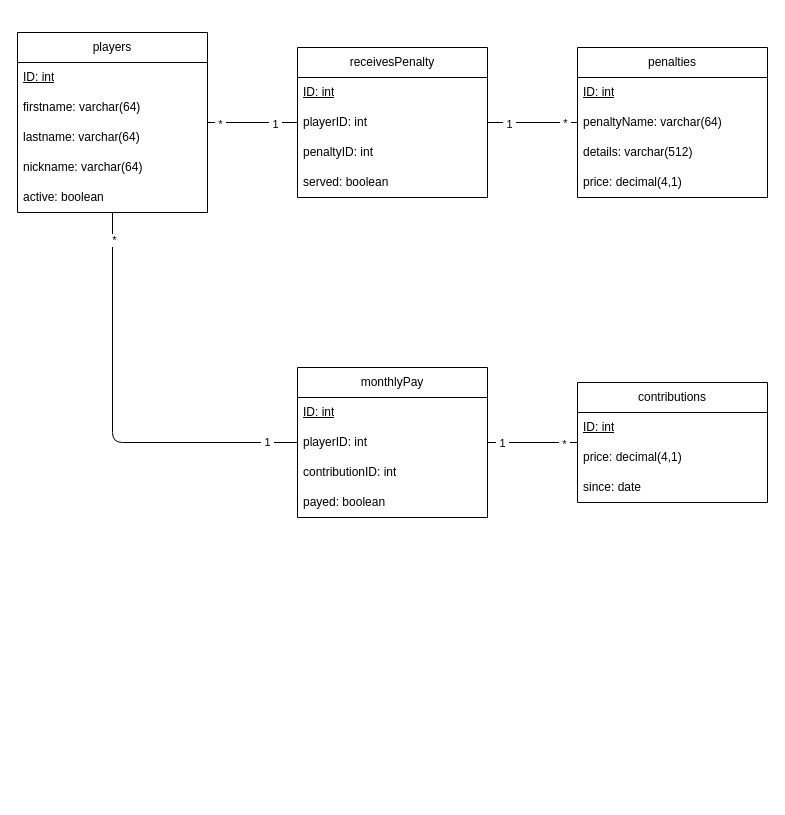
Before: database/database.drawio in YoEnte/MannschaftDB, a draw.io diagram. Source tidied: cells renumbered, new cells numbered last; positions are measured from the earlier drawing's top-left corner, leaving out a move shared by most shapes. Both pictures are drawn from the tidied source at 100%, with x=0, y=0 at pixel (17, 32).
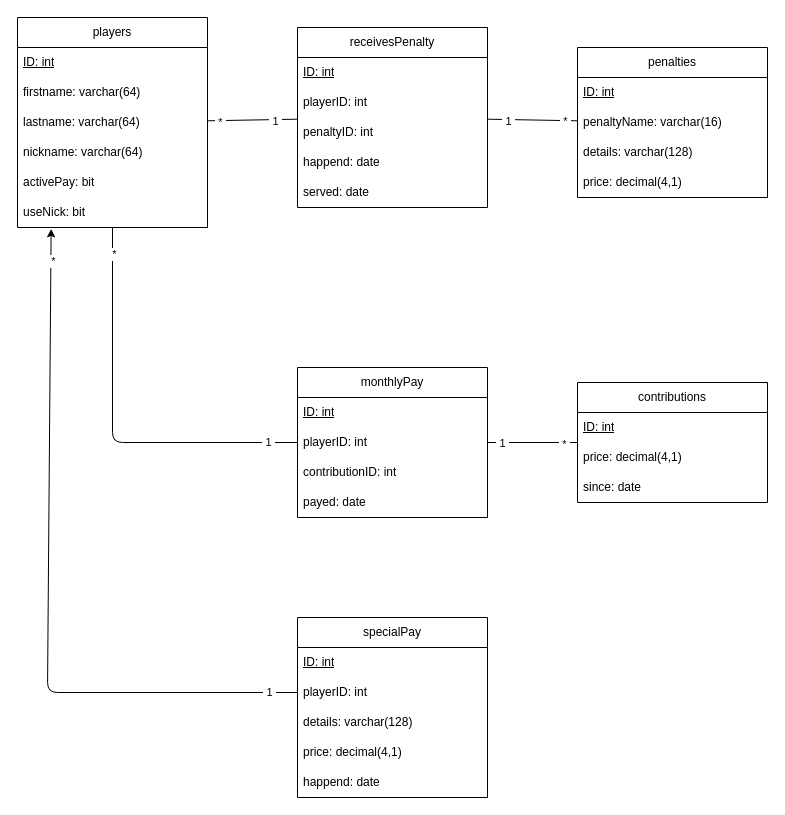
After the change.

Unchanged cells that the change refers to:
```xml
<mxCell id="11" value="penalties" style="swimlane;fontStyle=0;horizontal=1;startSize=30;whiteSpace=wrap;html=1;" parent="1" vertex="1">
  <mxGeometry x="560" y="15" width="190" height="150" as="geometry" />
</mxCell>
<mxCell id="34" value="monthlyPay" style="swimlane;fontStyle=0;horizontal=1;startSize=30;whiteSpace=wrap;html=1;" parent="1" vertex="1">
  <mxGeometry x="280" y="335" width="190" height="150" as="geometry" />
</mxCell>
```

What changed in the source:
```diff
@@
     <mxCell id="5" value="players" style="swimlane;fontStyle=0;horizontal=1;startSize=30;whiteSpace=wrap;html=1;" parent="1" vertex="1">
-      <mxGeometry width="190" height="180" as="geometry" />
+      <mxGeometry y="-15" width="190" height="210" as="geometry" />
     </mxCell>
@@
-    <mxCell id="10" value="active: boolean" style="text;strokeColor=none;fillColor=none;align=left;verticalAlign=middle;spacingLeft=4;spacingRight=4;overflow=hidden;whiteSpace=wrap;html=1;" parent="5" vertex="1">
+    <mxCell id="10" value="activePay: bit" style="text;strokeColor=none;fillColor=none;align=left;verticalAlign=middle;spacingLeft=4;spacingRight=4;overflow=hidden;whiteSpace=wrap;html=1;" parent="5" vertex="1">
       <mxGeometry y="150" width="190" height="30" as="geometry" />
     </mxCell>
+    <mxCell id="39" value="useNick: bit" style="text;strokeColor=none;fillColor=none;align=left;verticalAlign=middle;spacingLeft=4;spacingRight=4;overflow=hidden;points=[[0,0.5],[1,0.5]];portConstraint=eastwest;whiteSpace=wrap;html=1;" parent="5" vertex="1">
+      <mxGeometry y="180" width="190" height="30" as="geometry" />
+    </mxCell>
@@
-    <mxCell id="13" value="penaltyName: varchar(64)" style="text;strokeColor=none;fillColor=none;align=left;verticalAlign=middle;spacingLeft=4;spacingRight=4;overflow=hidden;whiteSpace=wrap;html=1;" parent="11" vertex="1">
+    <mxCell id="13" value="penaltyName: varchar(16)" style="text;strokeColor=none;fillColor=none;align=left;verticalAlign=middle;spacingLeft=4;spacingRight=4;overflow=hidden;whiteSpace=wrap;html=1;" parent="11" vertex="1">
       <mxGeometry y="60" width="190" height="30" as="geometry" />
     </mxCell>
-    <mxCell id="14" value="details: varchar(512)" style="text;strokeColor=none;fillColor=none;align=left;verticalAlign=middle;spacingLeft=4;spacingRight=4;overflow=hidden;whiteSpace=wrap;html=1;" parent="11" vertex="1">
+    <mxCell id="14" value="details: varchar(128)" style="text;strokeColor=none;fillColor=none;align=left;verticalAlign=middle;spacingLeft=4;spacingRight=4;overflow=hidden;whiteSpace=wrap;html=1;" parent="11" vertex="1">
       <mxGeometry y="90" width="190" height="30" as="geometry" />
     </mxCell>
@@
     <mxCell id="20" value="receivesPenalty" style="swimlane;fontStyle=0;horizontal=1;startSize=30;whiteSpace=wrap;html=1;" parent="1" vertex="1">
-      <mxGeometry x="280" y="15" width="190" height="150" as="geometry" />
+      <mxGeometry x="280" y="-5" width="190" height="180" as="geometry" />
     </mxCell>
@@
+    <mxCell id="40" value="happend: date" style="text;strokeColor=none;fillColor=none;align=left;verticalAlign=middle;spacingLeft=4;spacingRight=4;overflow=hidden;whiteSpace=wrap;html=1;" parent="20" vertex="1">
+      <mxGeometry y="120" width="190" height="30" as="geometry" />
+    </mxCell>
-    <mxCell id="24" value="served: boolean" style="text;strokeColor=none;fillColor=none;align=left;verticalAlign=middle;spacingLeft=4;spacingRight=4;overflow=hidden;whiteSpace=wrap;html=1;" parent="20" vertex="1">
-      <mxGeometry y="120" width="190" height="30" as="geometry" />
+    <mxCell id="24" value="served: date" style="text;strokeColor=none;fillColor=none;align=left;verticalAlign=middle;spacingLeft=4;spacingRight=4;overflow=hidden;whiteSpace=wrap;html=1;" parent="20" vertex="1">
+      <mxGeometry y="150" width="190" height="30" as="geometry" />
     </mxCell>
@@
-    <mxCell id="38" value="payed: boolean" style="text;strokeColor=none;fillColor=none;align=left;verticalAlign=middle;spacingLeft=4;spacingRight=4;overflow=hidden;whiteSpace=wrap;html=1;" parent="34" vertex="1">
+    <mxCell id="38" value="payed: date" style="text;strokeColor=none;fillColor=none;align=left;verticalAlign=middle;spacingLeft=4;spacingRight=4;overflow=hidden;whiteSpace=wrap;html=1;" parent="34" vertex="1">
       <mxGeometry y="120" width="190" height="30" as="geometry" />
     </mxCell>
+    <mxCell id="41" value="specialPay" style="swimlane;fontStyle=0;horizontal=1;startSize=30;whiteSpace=wrap;html=1;" parent="1" vertex="1">
+      <mxGeometry x="280" y="585" width="190" height="180" as="geometry" />
+    </mxCell>
+    <mxCell id="42" value="&lt;u&gt;ID: int&lt;/u&gt;" style="text;strokeColor=none;fillColor=none;align=left;verticalAlign=middle;spacingLeft=4;spacingRight=4;overflow=hidden;whiteSpace=wrap;html=1;" parent="41" vertex="1">
+      <mxGeometry y="30" width="190" height="30" as="geometry" />
+    </mxCell>
+    <mxCell id="43" value="playerID: int" style="text;strokeColor=none;fillColor=none;align=left;verticalAlign=middle;spacingLeft=4;spacingRight=4;overflow=hidden;points=[[0,0.5],[1,0.5]];portConstraint=eastwest;whiteSpace=wrap;html=1;" parent="41" vertex="1">
+      <mxGeometry y="60" width="190" height="30" as="geometry" />
+    </mxCell>
+    <mxCell id="44" value="details: varchar(128)" style="text;strokeColor=none;fillColor=none;align=left;verticalAlign=middle;spacingLeft=4;spacingRight=4;overflow=hidden;whiteSpace=wrap;html=1;" parent="41" vertex="1">
+      <mxGeometry y="90" width="190" height="30" as="geometry" />
+    </mxCell>
+    <mxCell id="45" value="price: decimal(4,1)" style="text;strokeColor=none;fillColor=none;align=left;verticalAlign=middle;spacingLeft=4;spacingRight=4;overflow=hidden;whiteSpace=wrap;html=1;" parent="41" vertex="1">
+      <mxGeometry y="120" width="190" height="30" as="geometry" />
+    </mxCell>
+    <mxCell id="46" value="happend: date" style="text;strokeColor=none;fillColor=none;align=left;verticalAlign=middle;spacingLeft=4;spacingRight=4;overflow=hidden;whiteSpace=wrap;html=1;" parent="41" vertex="1">
+      <mxGeometry y="150" width="190" height="30" as="geometry" />
+    </mxCell>
+    <mxCell id="47" style="edgeStyle=none;html=1;entryX=0.177;entryY=1.044;entryDx=0;entryDy=0;entryPerimeter=0;" parent="1" edge="1" source="43" target="39">
+      <mxGeometry relative="1" as="geometry">
+        <Array as="points">
+          <mxPoint x="30" y="660" />
+        </Array>
+      </mxGeometry>
+    </mxCell>
+    <mxCell id="48" value="&amp;nbsp;*&amp;nbsp;" style="edgeLabel;html=1;align=center;verticalAlign=middle;" parent="47" vertex="1">
+      <mxGeometry x="0.91" y="-2" relative="1" as="geometry" />
+    </mxCell>
+    <mxCell id="49" value="&amp;nbsp;1&amp;nbsp;" style="edgeLabel;html=1;align=center;verticalAlign=middle;" parent="47" vertex="1">
+      <mxGeometry x="-0.92" y="-1" relative="1" as="geometry" />
+    </mxCell>
```
